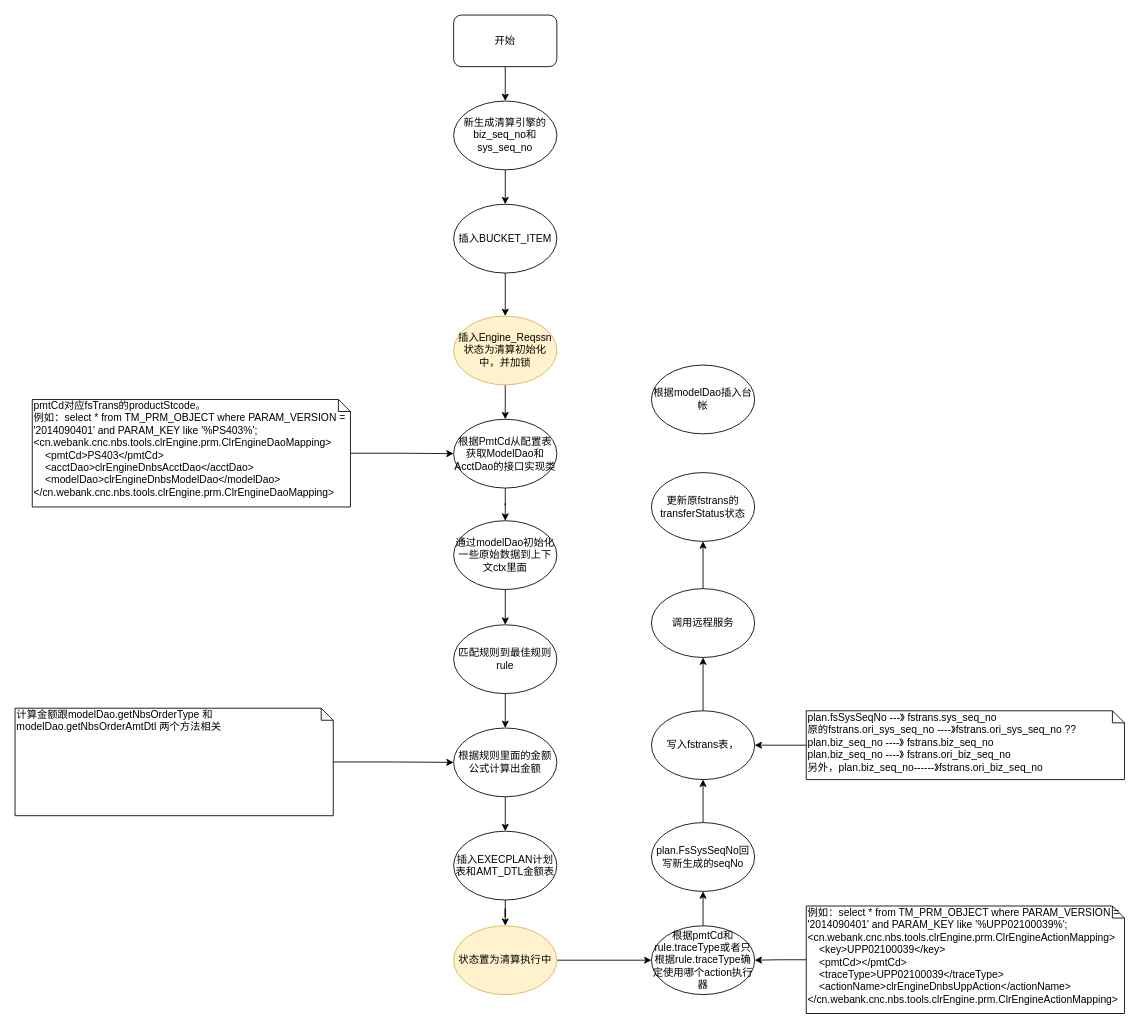
staconfree/design keeps this draw.io diagram as 清算引擎.drawio. Above is the earlier version. Source tidied: cells renumbered, new cells numbered last; positions are measured from the earlier drawing's top-left corner, leaving out a move shared by most shapes. Both pictures are drawn from the tidied source at 86%, with x=0, y=0 at pixel (15, 15).
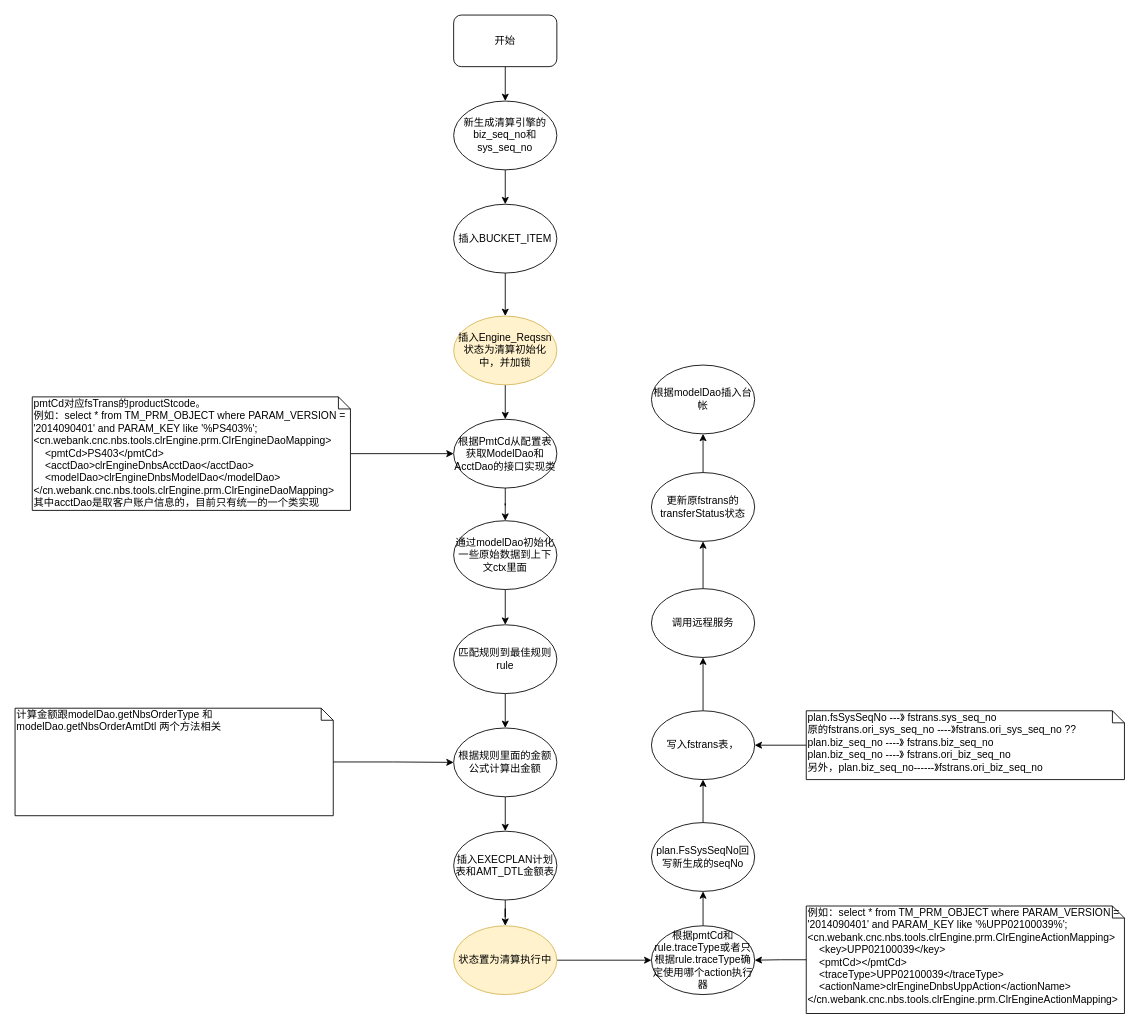
The same page after the edit.

Commit message:
更新清算引擎.drawio

Unchanged cells that the change refers to:
```xml
<mxCell id="36" value="更新原fstrans的transferStatus状态" style="ellipse;whiteSpace=wrap;html=1;" parent="1" vertex="1">
  <mxGeometry x="740" y="532" width="120" height="80" as="geometry" />
</mxCell>
<mxCell id="37" value="根据modelDao插入台帐" style="ellipse;whiteSpace=wrap;html=1;" parent="1" vertex="1">
  <mxGeometry x="740" y="407" width="120" height="80" as="geometry" />
</mxCell>
```

What changed in the source:
```diff
@@
-    <mxCell id="11" value="pmtCd对应fsTrans的productStcode。&lt;br&gt;例如：select * from TM_PRM_OBJECT where PARAM_VERSION = '2014090401' and PARAM_KEY like '%PS403%';&lt;br&gt;&amp;lt;cn.webank.cnc.nbs.tools.clrEngine.prm.ClrEngineDaoMapping&amp;gt;&lt;br&gt;&amp;nbsp;&amp;nbsp;&amp;nbsp; &amp;lt;pmtCd&amp;gt;PS403&amp;lt;/pmtCd&amp;gt;&lt;br&gt;&amp;nbsp;&amp;nbsp;&amp;nbsp; &amp;lt;acctDao&amp;gt;clrEngineDnbsAcctDao&amp;lt;/acctDao&amp;gt;&lt;br&gt;&amp;nbsp;&amp;nbsp;&amp;nbsp; &amp;lt;modelDao&amp;gt;clrEngineDnbsModelDao&amp;lt;/modelDao&amp;gt;&lt;br&gt;&amp;lt;/cn.webank.cnc.nbs.tools.clrEngine.prm.ClrEngineDaoMapping&amp;gt;" style="shape=note;whiteSpace=wrap;html=1;size=14;verticalAlign=top;align=left;spacingTop=-6;" parent="1" vertex="1">
-      <mxGeometry x="20" y="447" width="370" height="125" as="geometry" />
+    <mxCell id="11" value="pmtCd对应fsTrans的productStcode。&lt;br&gt;例如：select * from TM_PRM_OBJECT where PARAM_VERSION = '2014090401' and PARAM_KEY like '%PS403%';&lt;br&gt;&amp;lt;cn.webank.cnc.nbs.tools.clrEngine.prm.ClrEngineDaoMapping&amp;gt;&lt;br&gt;&amp;nbsp;&amp;nbsp;&amp;nbsp; &amp;lt;pmtCd&amp;gt;PS403&amp;lt;/pmtCd&amp;gt;&lt;br&gt;&amp;nbsp;&amp;nbsp;&amp;nbsp; &amp;lt;acctDao&amp;gt;clrEngineDnbsAcctDao&amp;lt;/acctDao&amp;gt;&lt;br&gt;&amp;nbsp;&amp;nbsp;&amp;nbsp; &amp;lt;modelDao&amp;gt;clrEngineDnbsModelDao&amp;lt;/modelDao&amp;gt;&lt;br&gt;&lt;div&gt;&amp;lt;/cn.webank.cnc.nbs.tools.clrEngine.prm.ClrEngineDaoMapping&amp;gt;&lt;/div&gt;&lt;div&gt;其中acctDao是取客户账户信息的，目前只有统一的一个类实现&lt;br&gt;&lt;/div&gt;" style="shape=note;whiteSpace=wrap;html=1;size=14;verticalAlign=top;align=left;spacingTop=-6;" parent="1" vertex="1">
+      <mxGeometry x="20" y="444" width="370" height="132" as="geometry" />
     </mxCell>
@@
+    <mxCell id="40" style="edgeStyle=orthogonalEdgeStyle;rounded=0;jettySize=auto;html=1;" parent="1" edge="1" source="36" target="37">
+      <mxGeometry relative="1" as="geometry" />
+    </mxCell>
```
